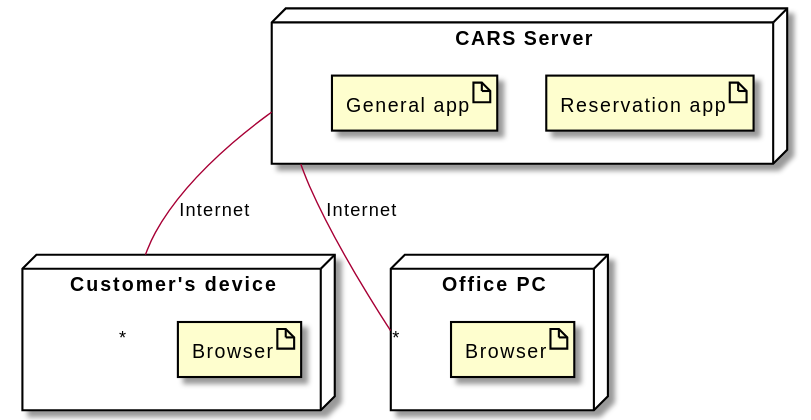
Earlier version of the PlantUML export car_rental/models/deployment_as_is.svg (franco-ruggeri/polito-information-systems).
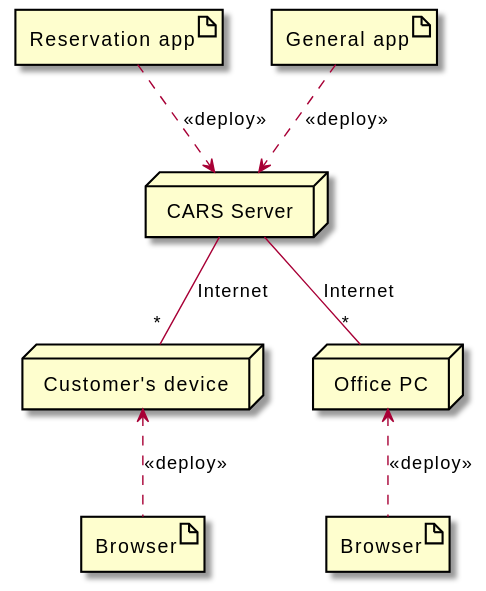
After the commit.

The edit, as a diff of the source:
```diff
@@ -1,17 +1,18 @@
 @startuml
-node "Customer's device" as CustomerDevice {
-	artifact Browser as Browser1
-}
+node "Customer's device" as CustomerDevice
+node "Office PC" as OfficePC
+node "CARS Server" as CARSServer
 
-node "Office PC" as OfficePC {
-	artifact Browser as Browser2
-}
-
-node "CARS Server" as CARSServer{
-	artifact "Reservation app"
-	artifact "General app"
-}
+artifact Browser as Browser1
+artifact Browser as Browser2
+artifact "Reservation app" as ReservationApp
+artifact "General app" as GeneralApp
 
 CARSServer -- "*" CustomerDevice : Internet
 CARSServer -- "*" OfficePC : Internet
+
+CustomerDevice <.. Browser1 : <<deploy>>
+OfficePC <.. Browser2 : <<deploy>>
+ReservationApp ..> CARSServer : <<deploy>>
+GeneralApp ..> CARSServer : <<deploy>>
 @enduml
```
